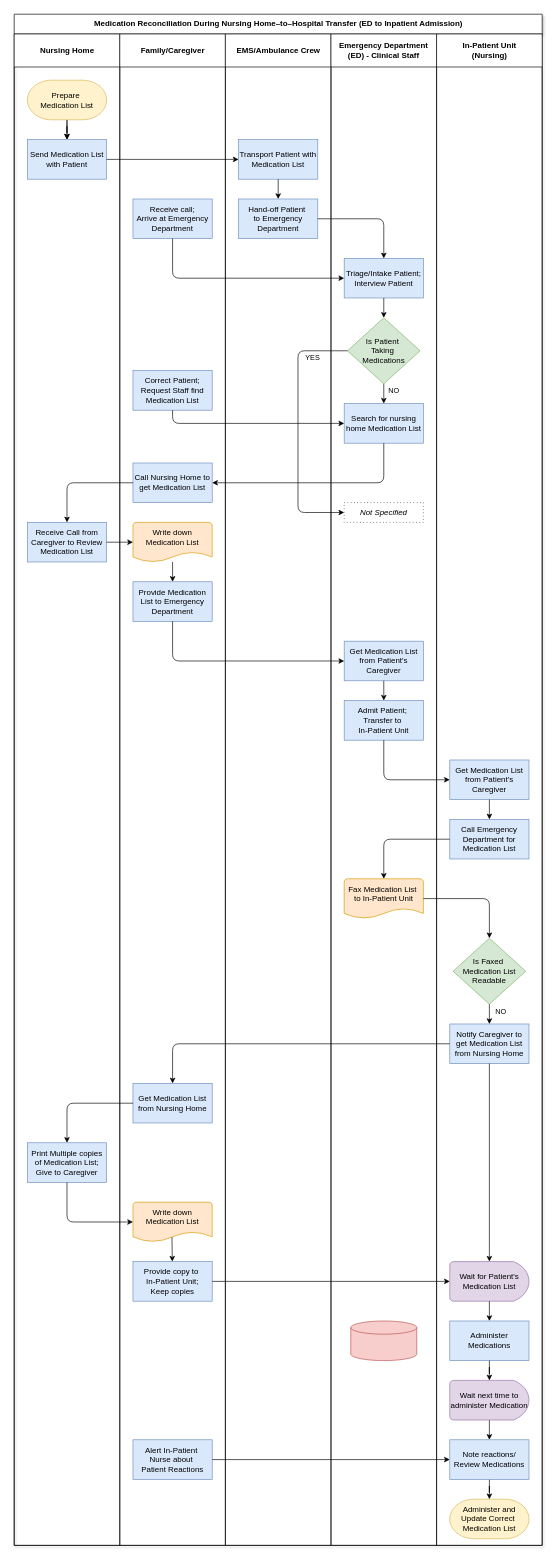
melmirasol/Case-Problem-6.2 keeps this draw.io diagram as Process Chart.drawio. Above is the earlier version. Source tidied: cells renumbered, new cells numbered last; positions are measured from the earlier drawing's top-left corner, leaving out a move shared by most shapes. Both pictures are drawn from the tidied source at 66%, with x=0, y=0 at pixel (14, 14).
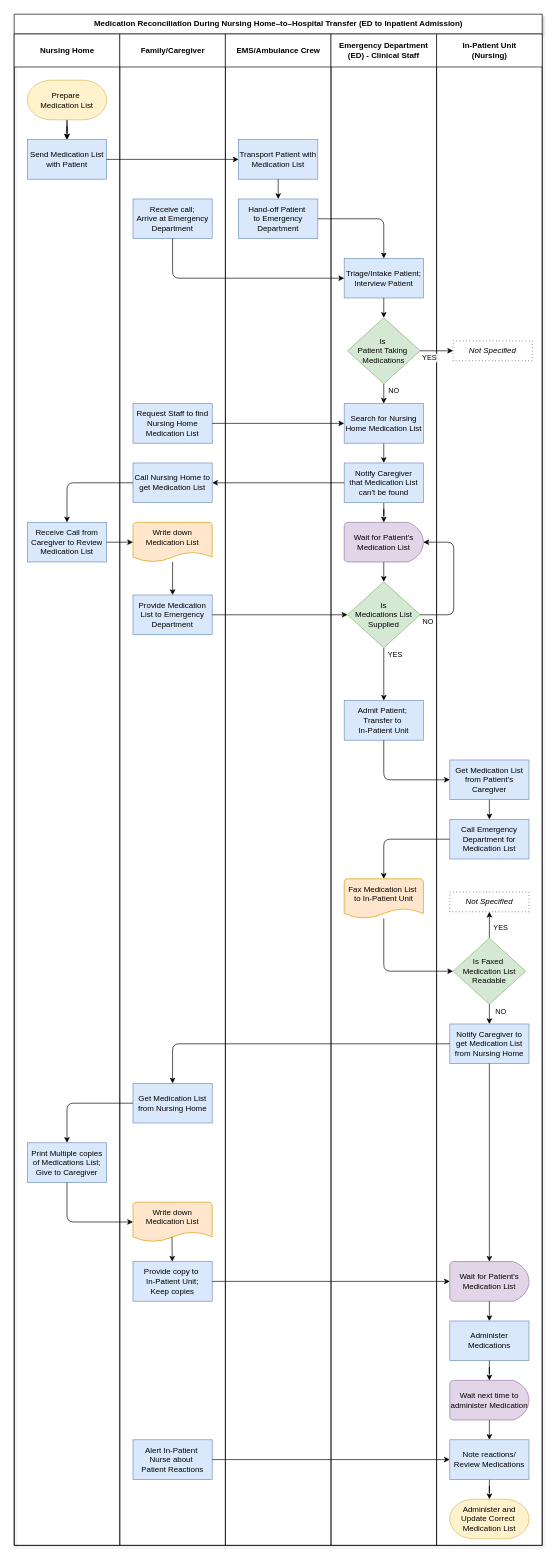
The same diagram, later.

The change refers to these unchanged cells:
```xml
<mxCell id="2" value="Medication Reconciliation During Nursing Home–to–Hospital Transfer (ED to Inpatient Admission)" style="swimlane;startSize=30;html=1;shadow=1;" parent="1" vertex="1">
  <mxGeometry width="800" height="2320" as="geometry" />
</mxCell>
<mxCell id="3" value="Nursing Home" style="swimlane;startSize=50;html=1;" parent="2" vertex="1">
  <mxGeometry y="30" width="160" height="2290" as="geometry" />
</mxCell>
<mxCell id="10" value="Family/Caregiver" style="swimlane;startSize=50;html=1;" parent="2" vertex="1">
  <mxGeometry x="160" y="30" width="160" height="2290" as="geometry" />
</mxCell>
<mxCell id="13" value="Call Nursing Home to get&amp;nbsp;&lt;span style=&quot;background-color: transparent; color: light-dark(rgb(0, 0, 0), rgb(255, 255, 255));&quot;&gt;Medication List&lt;/span&gt;" style="rounded=0;whiteSpace=wrap;html=1;fillColor=#dae8fc;strokeColor=#6c8ebf;" parent="10" vertex="1">
  <mxGeometry x="20" y="650" width="120" height="60" as="geometry" />
</mxCell>
<mxCell id="26" value="Emergency Department (ED) -&amp;nbsp;&lt;span style=&quot;background-color: transparent; color: light-dark(rgb(0, 0, 0), rgb(255, 255, 255));&quot;&gt;Clinical&amp;nbsp;Staff&lt;/span&gt;" style="swimlane;startSize=50;html=1;whiteSpace=wrap;" parent="2" vertex="1">
  <mxGeometry x="480" y="30" width="160" height="2290" as="geometry" />
</mxCell>
<mxCell id="36" value="&lt;span style=&quot;background-color: transparent; color: light-dark(rgb(0, 0, 0), rgb(255, 255, 255));&quot;&gt;Admit Patient;&amp;nbsp;&lt;/span&gt;&lt;div&gt;&lt;span style=&quot;background-color: transparent; color: light-dark(rgb(0, 0, 0), rgb(255, 255, 255));&quot;&gt;Transfer to&amp;nbsp;&lt;/span&gt;&lt;/div&gt;&lt;div&gt;&lt;span style=&quot;background-color: transparent; color: light-dark(rgb(0, 0, 0), rgb(255, 255, 255));&quot;&gt;In-Patient Unit&lt;/span&gt;&lt;/div&gt;" style="rounded=0;whiteSpace=wrap;html=1;fillColor=#dae8fc;strokeColor=#6c8ebf;" parent="26" vertex="1">
  <mxGeometry x="20" y="1010" width="120" height="60" as="geometry" />
</mxCell>
<mxCell id="38" value="Fax Medication List&amp;nbsp;&lt;div&gt;to In-Patient Unit&lt;/div&gt;&lt;div&gt;&lt;br&gt;&lt;/div&gt;" style="strokeWidth=1;html=1;shape=mxgraph.flowchart.document2;whiteSpace=wrap;size=0.25;fillColor=#ffe6cc;strokeColor=#d79b00;" parent="26" vertex="1">
  <mxGeometry x="20" y="1280" width="120" height="60" as="geometry" />
</mxCell>
<mxCell id="40" value="In-Patient Unit&lt;div&gt;(Nursing)&lt;/div&gt;" style="swimlane;startSize=50;html=1;" parent="2" vertex="1">
  <mxGeometry x="640" y="30" width="160" height="2290" as="geometry" />
</mxCell>
<mxCell id="44" value="Is Faxed&amp;nbsp;&lt;div&gt;Medication List Readable&lt;/div&gt;" style="rhombus;whiteSpace=wrap;html=1;fillColor=#d5e8d4;strokeColor=#82b366;" parent="40" vertex="1">
  <mxGeometry x="25" y="1370" width="110" height="100" as="geometry" />
</mxCell>
```

The edit, as a diff of the source:
```diff
@@
-    <mxCell id="7" value="Print Multiple copies of Medication List; Give to Caregiver" style="rounded=0;whiteSpace=wrap;html=1;fillColor=#dae8fc;strokeColor=#6c8ebf;" parent="3" vertex="1">
+    <mxCell id="7" value="Print Multiple copies of Medications List; Give to Caregiver" style="rounded=0;whiteSpace=wrap;html=1;fillColor=#dae8fc;strokeColor=#6c8ebf;" parent="3" vertex="1">
       <mxGeometry x="20" y="1680" width="120" height="60" as="geometry" />
     </mxCell>
@@
-    <mxCell id="12" value="Correct Patient;&lt;div&gt;Request Staff find Medication List&lt;/div&gt;" style="rounded=0;whiteSpace=wrap;html=1;fillColor=#dae8fc;strokeColor=#6c8ebf;" parent="10" vertex="1">
-      <mxGeometry x="20" y="510" width="120" height="60" as="geometry" />
+    <mxCell id="12" value="&lt;span style=&quot;background-color: transparent; color: light-dark(rgb(0, 0, 0), rgb(255, 255, 255));&quot;&gt;Request Staff to find Nursing Home Medication List&lt;/span&gt;" style="rounded=0;whiteSpace=wrap;html=1;fillColor=#dae8fc;strokeColor=#6c8ebf;" parent="10" vertex="1">
+      <mxGeometry x="20" y="560" width="120" height="60" as="geometry" />
     </mxCell>
@@
     <mxCell id="14" value="&lt;span style=&quot;background-color: transparent; color: light-dark(rgb(0, 0, 0), rgb(255, 255, 255));&quot;&gt;Provide Medication List to Emergency Department&lt;/span&gt;" style="rounded=0;whiteSpace=wrap;html=1;fillColor=#dae8fc;strokeColor=#6c8ebf;" parent="10" vertex="1">
-      <mxGeometry x="20" y="830" width="120" height="60" as="geometry" />
+      <mxGeometry x="20" y="850" width="120" height="60" as="geometry" />
     </mxCell>
@@
-    <mxCell id="28" value="Is Patient&amp;nbsp;&lt;div&gt;&lt;span style=&quot;background-color: transparent; color: light-dark(rgb(0, 0, 0), rgb(255, 255, 255));&quot;&gt;Taking&amp;nbsp;&lt;/span&gt;&lt;div&gt;Medications&lt;/div&gt;&lt;/div&gt;" style="rhombus;whiteSpace=wrap;html=1;fillColor=#d5e8d4;strokeColor=#82b366;" parent="26" vertex="1">
+    <mxCell id="28" value="Is&amp;nbsp;&lt;div&gt;Patient&amp;nbsp;&lt;span style=&quot;background-color: transparent; color: light-dark(rgb(0, 0, 0), rgb(255, 255, 255));&quot;&gt;Taking&amp;nbsp;&lt;/span&gt;&lt;div&gt;&lt;div&gt;Medications&lt;/div&gt;&lt;/div&gt;&lt;/div&gt;" style="rhombus;whiteSpace=wrap;html=1;fillColor=#d5e8d4;strokeColor=#82b366;" parent="26" vertex="1">
       <mxGeometry x="25" y="430" width="110" height="100" as="geometry" />
     </mxCell>
@@
+    <mxCell id="74" style="edgeStyle=orthogonalEdgeStyle;rounded=0;jettySize=auto;html=1;exitX=0.5;exitY=1;exitDx=0;exitDy=0;entryX=0.5;entryY=0;entryDx=0;entryDy=0;" parent="26" edge="1" source="30" target="78">
+      <mxGeometry relative="1" as="geometry" />
+    </mxCell>
-    <mxCell id="30" value="Search for nursing home Medication List" style="rounded=0;whiteSpace=wrap;html=1;fillColor=#dae8fc;strokeColor=#6c8ebf;" parent="26" vertex="1">
+    <mxCell id="30" value="Search for Nursing Home Medication List" style="rounded=0;whiteSpace=wrap;html=1;fillColor=#dae8fc;strokeColor=#6c8ebf;" parent="26" vertex="1">
       <mxGeometry x="20" y="560" width="120" height="60" as="geometry" />
     </mxCell>
@@
-    <mxCell id="32" value="&lt;i&gt;Not Specified&lt;/i&gt;" style="rounded=0;whiteSpace=wrap;html=1;glass=0;strokeColor=default;dashed=1;dashPattern=1 4;" parent="26" vertex="1">
-      <mxGeometry x="20" y="710" width="120" height="30" as="geometry" />
-    </mxCell>
-    <mxCell id="33" style="endArrow=classic;html=1;rounded=1;exitX=0;exitY=0.5;exitDx=0;exitDy=0;entryX=0;entryY=0.5;entryDx=0;entryDy=0;strokeColor=default;curved=0;" parent="26" edge="1" source="28" target="32">
-      <mxGeometry relative="1" as="geometry">
-        <Array as="points">
-          <mxPoint x="-50" y="480" />
-          <mxPoint x="-50" y="725" />
-        </Array>
-      </mxGeometry>
-    </mxCell>
-    <mxCell id="34" value="YES" style="edgeLabel;html=1;align=center;verticalAlign=middle;" parent="33" vertex="1">
-      <mxGeometry x="-0.72" relative="1" as="geometry">
-        <mxPoint x="1" y="10" as="offset" />
-      </mxGeometry>
-    </mxCell>
-    <mxCell id="35" value="&lt;span style=&quot;background-color: transparent; color: light-dark(rgb(0, 0, 0), rgb(255, 255, 255));&quot;&gt;Get Medication List from Patient's Caregiver&lt;/span&gt;" style="rounded=0;whiteSpace=wrap;html=1;fillColor=#dae8fc;strokeColor=#6c8ebf;" parent="26" vertex="1">
-      <mxGeometry x="20" y="920" width="120" height="60" as="geometry" />
-    </mxCell>
@@
-    <mxCell id="37" style="endArrow=classic;html=1;rounded=0;exitX=0.5;exitY=1;exitDx=0;exitDy=0;entryX=0.5;entryY=0;entryDx=0;entryDy=0;" parent="26" edge="1" source="35" target="36">
-      <mxGeometry relative="1" as="geometry" />
-    </mxCell>
@@
-    <mxCell id="39" style="strokeWidth=1;html=1;shape=mxgraph.flowchart.database;whiteSpace=wrap;fillColor=#f8cecc;strokeColor=#b85450;" parent="26" vertex="1">
-      <mxGeometry x="30" y="1950" width="100" height="60" as="geometry" />
-    </mxCell>
+    <mxCell id="75" style="edgeStyle=orthogonalEdgeStyle;rounded=0;jettySize=auto;html=1;exitX=0.5;exitY=1;exitDx=0;exitDy=0;exitPerimeter=0;entryX=0.5;entryY=0;entryDx=0;entryDy=0;" parent="26" edge="1" source="76" target="81">
+      <mxGeometry relative="1" as="geometry" />
+    </mxCell>
+    <mxCell id="76" value="Wait for Patient's Medication List" style="strokeWidth=1;html=1;shape=mxgraph.flowchart.delay;whiteSpace=wrap;fillColor=#e1d5e7;strokeColor=#9673a6;" parent="26" vertex="1">
+      <mxGeometry x="20" y="740" width="120" height="60" as="geometry" />
+    </mxCell>
+    <mxCell id="77" style="edgeStyle=orthogonalEdgeStyle;rounded=0;jettySize=auto;html=1;exitX=0.5;exitY=1;exitDx=0;exitDy=0;" parent="26" edge="1" source="78" target="76">
+      <mxGeometry relative="1" as="geometry" />
+    </mxCell>
+    <mxCell id="78" value="Notify Caregiver that&amp;nbsp;&lt;span style=&quot;background-color: transparent; color: light-dark(rgb(0, 0, 0), rgb(255, 255, 255));&quot;&gt;Medication List can't be found&lt;/span&gt;" style="rounded=0;whiteSpace=wrap;html=1;fillColor=#dae8fc;strokeColor=#6c8ebf;" parent="26" vertex="1">
+      <mxGeometry x="20" y="650" width="120" height="60" as="geometry" />
+    </mxCell>
+    <mxCell id="79" style="edgeStyle=orthogonalEdgeStyle;rounded=0;jettySize=auto;html=1;exitX=0.5;exitY=1;exitDx=0;exitDy=0;entryX=0.5;entryY=0;entryDx=0;entryDy=0;" parent="26" edge="1" source="81" target="36">
+      <mxGeometry relative="1" as="geometry" />
+    </mxCell>
+    <mxCell id="80" value="YES" style="edgeLabel;html=1;align=center;verticalAlign=middle;" parent="79" vertex="1">
+      <mxGeometry x="-0.5" relative="1" as="geometry">
+        <mxPoint x="16" y="-10" as="offset" />
+      </mxGeometry>
+    </mxCell>
+    <mxCell id="81" value="Is&lt;div&gt;Medications&amp;nbsp;&lt;span style=&quot;background-color: transparent; color: light-dark(rgb(0, 0, 0), rgb(255, 255, 255));&quot;&gt;List Supplied&lt;/span&gt;&lt;/div&gt;" style="rhombus;whiteSpace=wrap;html=1;fillColor=#d5e8d4;strokeColor=#82b366;" parent="26" vertex="1">
+      <mxGeometry x="25" y="830" width="110" height="100" as="geometry" />
+    </mxCell>
+    <mxCell id="82" style="edgeStyle=orthogonalEdgeStyle;rounded=1;jettySize=auto;html=1;exitX=1;exitY=0.5;exitDx=0;exitDy=0;entryX=1;entryY=0.5;entryDx=0;entryDy=0;entryPerimeter=0;curved=0;" parent="26" edge="1" source="81" target="76">
+      <mxGeometry relative="1" as="geometry">
+        <Array as="points">
+          <mxPoint x="186" y="880" />
+          <mxPoint x="186" y="770" />
+        </Array>
+      </mxGeometry>
+    </mxCell>
+    <mxCell id="83" value="NO" style="edgeLabel;html=1;align=center;verticalAlign=middle;" parent="82" vertex="1">
+      <mxGeometry x="-0.15" y="-3" relative="1" as="geometry">
+        <mxPoint x="-43" y="47" as="offset" />
+      </mxGeometry>
+    </mxCell>
@@
+    <mxCell id="84" style="edgeStyle=orthogonalEdgeStyle;rounded=0;jettySize=auto;html=1;exitX=0.5;exitY=0;exitDx=0;exitDy=0;entryX=0.5;entryY=1;entryDx=0;entryDy=0;" parent="40" edge="1" source="44" target="86">
+      <mxGeometry relative="1" as="geometry" />
+    </mxCell>
+    <mxCell id="85" value="YES" style="edgeLabel;html=1;align=center;verticalAlign=middle;" parent="84" vertex="1">
+      <mxGeometry x="-0.13" y="-1" relative="1" as="geometry">
+        <mxPoint x="15" as="offset" />
+      </mxGeometry>
+    </mxCell>
@@
+    <mxCell id="86" value="&lt;i&gt;Not Specified&lt;/i&gt;" style="rounded=0;whiteSpace=wrap;html=1;glass=0;strokeColor=default;dashed=1;dashPattern=1 4;" parent="40" vertex="1">
+      <mxGeometry x="20" y="1300" width="120" height="30" as="geometry" />
+    </mxCell>
+    <mxCell id="32" value="&lt;i&gt;Not Specified&lt;/i&gt;" style="rounded=0;whiteSpace=wrap;html=1;glass=0;strokeColor=default;dashed=1;dashPattern=1 4;" parent="40" vertex="1">
+      <mxGeometry x="25" y="465" width="120" height="30" as="geometry" />
+    </mxCell>
@@
-    <mxCell id="61" style="endArrow=classic;html=1;rounded=1;exitX=0.5;exitY=1;exitDx=0;exitDy=0;entryX=0;entryY=0.5;entryDx=0;entryDy=0;curved=0;" parent="2" edge="1" source="12" target="30">
-      <mxGeometry relative="1" as="geometry">
-        <Array as="points">
-          <mxPoint x="240" y="620" />
-        </Array>
-      </mxGeometry>
+    <mxCell id="61" style="endArrow=classic;html=1;rounded=1;exitX=1;exitY=0.5;exitDx=0;exitDy=0;entryX=0;entryY=0.5;entryDx=0;entryDy=0;curved=0;jumpStyle=arc;" parent="2" edge="1" source="12" target="30">
+      <mxGeometry relative="1" as="geometry" />
     </mxCell>
-    <mxCell id="62" style="endArrow=classic;html=1;rounded=1;exitX=0.5;exitY=1;exitDx=0;exitDy=0;entryX=1;entryY=0.5;entryDx=0;entryDy=0;curved=0;" parent="2" edge="1" source="30" target="13">
-      <mxGeometry relative="1" as="geometry">
-        <Array as="points">
-          <mxPoint x="560" y="710" />
-        </Array>
-      </mxGeometry>
-    </mxCell>
@@
-    <mxCell id="65" style="endArrow=classic;html=1;rounded=1;exitX=0.5;exitY=1;exitDx=0;exitDy=0;entryX=0;entryY=0.5;entryDx=0;entryDy=0;curved=0;" parent="2" edge="1" source="14" target="35">
-      <mxGeometry relative="1" as="geometry">
-        <Array as="points">
-          <mxPoint x="240" y="980" />
-        </Array>
-      </mxGeometry>
-    </mxCell>
@@
-    <mxCell id="68" style="endArrow=classic;html=1;rounded=1;entryX=0.5;entryY=0;entryDx=0;entryDy=0;exitX=1;exitY=0.5;exitDx=0;exitDy=0;exitPerimeter=0;curved=0;" parent="2" edge="1" source="38" target="44">
-      <mxGeometry relative="1" as="geometry">
-        <Array as="points">
-          <mxPoint x="720" y="1340" />
-        </Array>
-      </mxGeometry>
-    </mxCell>
@@
+    <mxCell id="68" style="edgeStyle=orthogonalEdgeStyle;rounded=1;jettySize=auto;html=1;entryX=0;entryY=0.5;entryDx=0;entryDy=0;curved=0;" parent="2" edge="1" source="38" target="44">
+      <mxGeometry relative="1" as="geometry">
+        <Array as="points">
+          <mxPoint x="560" y="1450" />
+        </Array>
+      </mxGeometry>
+    </mxCell>
+    <mxCell id="87" style="edgeStyle=orthogonalEdgeStyle;rounded=0;jettySize=auto;html=1;exitX=0;exitY=0.5;exitDx=0;exitDy=0;entryX=1;entryY=0.5;entryDx=0;entryDy=0;" parent="2" edge="1" source="78" target="13">
+      <mxGeometry relative="1" as="geometry" />
+    </mxCell>
+    <mxCell id="88" style="edgeStyle=orthogonalEdgeStyle;rounded=0;jettySize=auto;html=1;exitX=1;exitY=0.5;exitDx=0;exitDy=0;entryX=0;entryY=0.5;entryDx=0;entryDy=0;" parent="2" edge="1" source="14" target="81">
+      <mxGeometry relative="1" as="geometry" />
+    </mxCell>
+    <mxCell id="33" style="edgeStyle=orthogonalEdgeStyle;rounded=0;jettySize=auto;html=1;exitX=1;exitY=0.5;exitDx=0;exitDy=0;entryX=0;entryY=0.5;entryDx=0;entryDy=0;" parent="2" edge="1" source="28" target="32">
+      <mxGeometry relative="1" as="geometry" />
+    </mxCell>
+    <mxCell id="89" value="YES" style="edgeLabel;html=1;align=center;verticalAlign=middle;" parent="33" vertex="1">
+      <mxGeometry x="-0.5" y="4" relative="1" as="geometry">
+        <mxPoint y="14" as="offset" />
+      </mxGeometry>
+    </mxCell>
```
